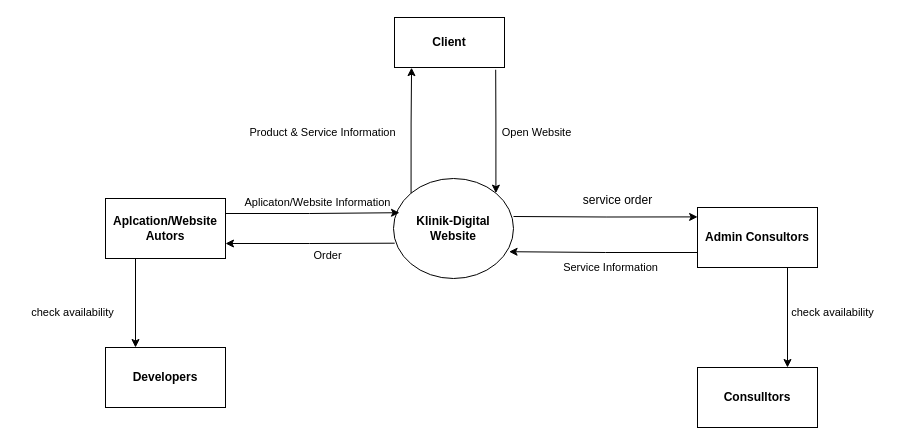
Earlier version of the draw.io diagram DFD-Klinik-Digital-lvl1.drawio (rrahmatn/dfd_erd_uml). Source tidied: cells renumbered, new cells numbered last; positions are measured from the earlier drawing's top-left corner, leaving out a move shared by most shapes. Both pictures are drawn from the tidied source at 100%, with x=0, y=0 at pixel (17, 17).
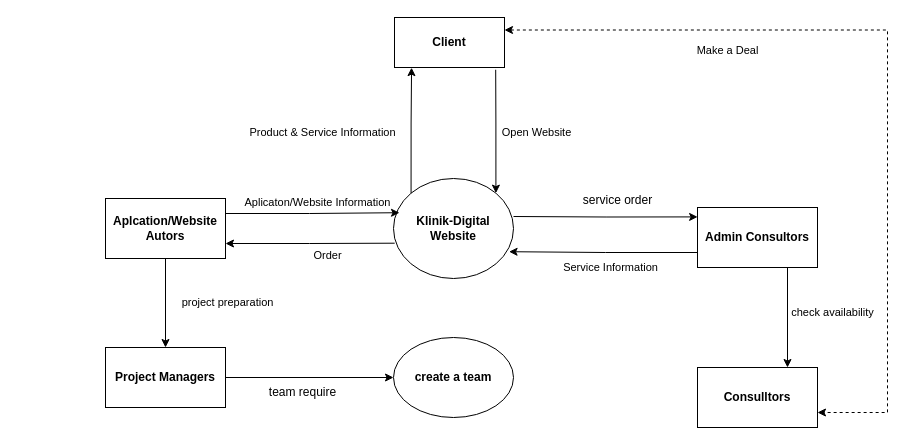
The same diagram, later.

Unchanged cells that the change refers to:
```xml
<mxCell id="2" value="&lt;b&gt;Client&lt;/b&gt;" style="html=1;whiteSpace=wrap;" parent="1" vertex="1">
  <mxGeometry x="377" width="110" height="50" as="geometry" />
</mxCell>
<mxCell id="15" value="&lt;b&gt;Aplcation/Website&lt;br&gt;Autors&lt;/b&gt;" style="rounded=0;whiteSpace=wrap;html=1;" parent="1" vertex="1">
  <mxGeometry x="88" y="181" width="120" height="60" as="geometry" />
</mxCell>
<mxCell id="22" value="&lt;b&gt;Consulltors&lt;/b&gt;" style="rounded=0;whiteSpace=wrap;html=1;" parent="1" vertex="1">
  <mxGeometry x="680" y="350" width="120" height="60" as="geometry" />
</mxCell>
```

Change to the diagram source:
```diff
@@
+    <mxCell id="24" style="edgeStyle=orthogonalEdgeStyle;rounded=0;jettySize=auto;html=1;exitX=1;exitY=0.25;exitDx=0;exitDy=0;entryX=1;entryY=0.75;entryDx=0;entryDy=0;startArrow=classic;startFill=1;dashed=1;" parent="1" edge="1" source="2" target="22">
+      <mxGeometry relative="1" as="geometry">
+        <Array as="points">
+          <mxPoint x="870" y="13" />
+          <mxPoint x="870" y="395" />
+        </Array>
+      </mxGeometry>
+    </mxCell>
@@
-    <mxCell id="14" style="edgeStyle=orthogonalEdgeStyle;rounded=0;jettySize=auto;html=1;exitX=0.25;exitY=1;exitDx=0;exitDy=0;entryX=0.25;entryY=0;entryDx=0;entryDy=0;" parent="1" edge="1" source="15" target="20">
+    <mxCell id="14" style="edgeStyle=orthogonalEdgeStyle;rounded=0;jettySize=auto;html=1;exitX=0.5;exitY=1;exitDx=0;exitDy=0;entryX=0.5;entryY=0;entryDx=0;entryDy=0;" parent="1" edge="1" source="15" target="20">
       <mxGeometry relative="1" as="geometry" />
     </mxCell>
@@
+    <mxCell id="25" style="edgeStyle=orthogonalEdgeStyle;rounded=0;jettySize=auto;html=1;exitX=1;exitY=0.5;exitDx=0;exitDy=0;entryX=0;entryY=0.5;entryDx=0;entryDy=0;" parent="1" edge="1" source="20" target="26">
+      <mxGeometry relative="1" as="geometry" />
+    </mxCell>
-    <mxCell id="20" value="&lt;b&gt;Developers&lt;/b&gt;" style="rounded=0;whiteSpace=wrap;html=1;" parent="1" vertex="1">
+    <mxCell id="20" value="&lt;b&gt;Project Managers&lt;/b&gt;" style="rounded=0;whiteSpace=wrap;html=1;" parent="1" vertex="1">
       <mxGeometry x="88" y="330" width="120" height="60" as="geometry" />
     </mxCell>
-    <mxCell id="21" value="&lt;font style=&quot;font-size: 11px;&quot;&gt;check availability&lt;/font&gt;" style="text;html=1;align=center;verticalAlign=middle;strokeColor=none;fillColor=none;" parent="1" vertex="1">
-      <mxGeometry y="280" width="110" height="30" as="geometry" />
+    <mxCell id="21" value="&lt;font style=&quot;font-size: 11px;&quot;&gt;project preparation&lt;/font&gt;" style="text;html=1;align=center;verticalAlign=middle;strokeColor=none;fillColor=none;" parent="1" vertex="1">
+      <mxGeometry x="150" y="270" width="120" height="30" as="geometry" />
     </mxCell>
@@
+    <mxCell id="26" value="&lt;b&gt;create a team&lt;/b&gt;" style="ellipse;whiteSpace=wrap;html=1;" parent="1" vertex="1">
+      <mxGeometry x="376" y="320" width="120" height="80" as="geometry" />
+    </mxCell>
+    <mxCell id="27" value="team require" style="text;html=1;align=center;verticalAlign=middle;strokeColor=none;fillColor=none;" parent="1" vertex="1">
+      <mxGeometry x="240" y="360" width="90" height="30" as="geometry" />
+    </mxCell>
+    <mxCell id="28" value="&lt;font style=&quot;font-size: 11px;&quot;&gt;Make a Deal&lt;/font&gt;" style="text;html=1;align=center;verticalAlign=middle;strokeColor=none;fillColor=none;" parent="1" vertex="1">
+      <mxGeometry x="665" y="18" width="90" height="30" as="geometry" />
+    </mxCell>
```
